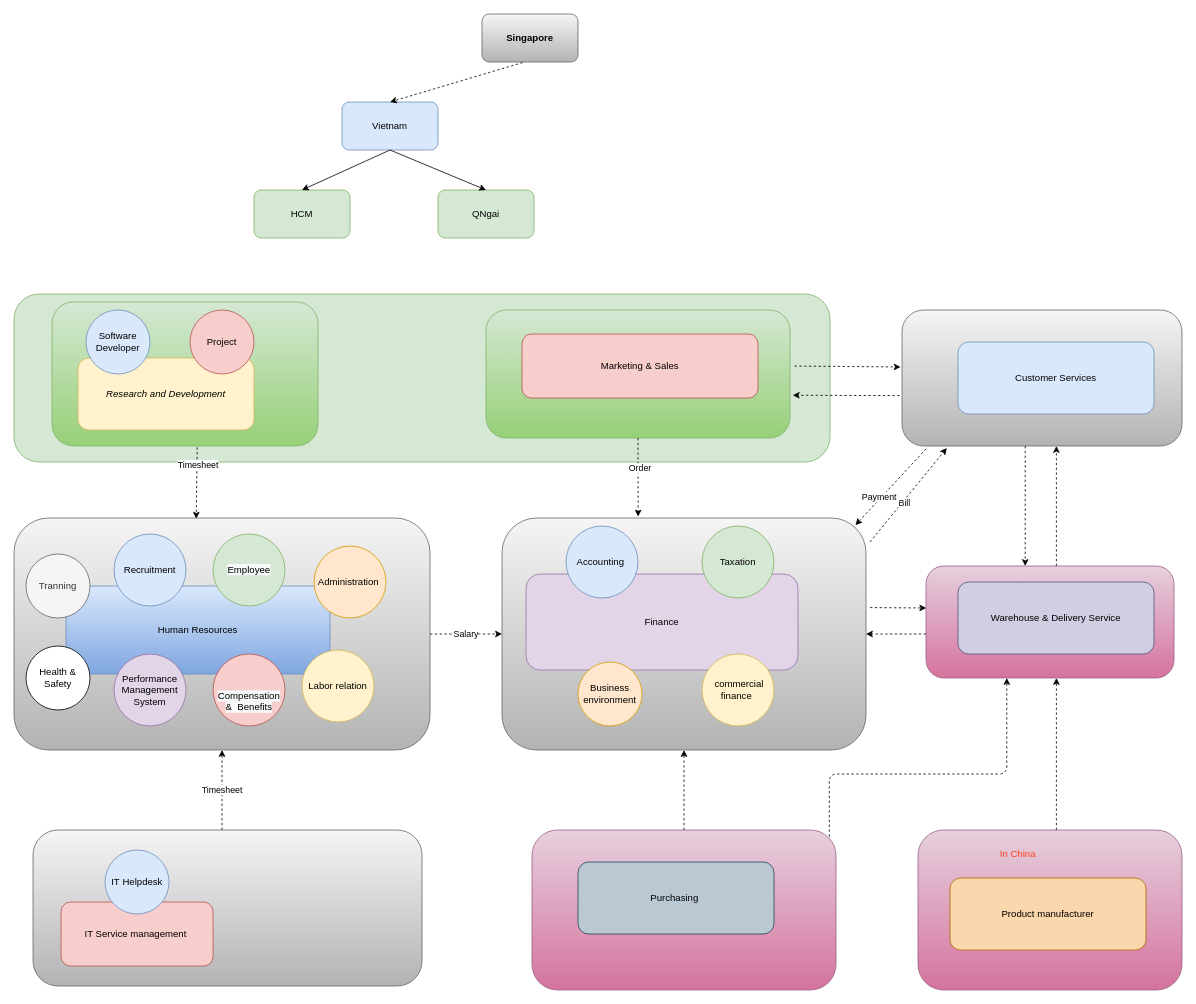
letrthong/business keeps this draw.io diagram as page "Org_Chart" (1 of 3) of 04_docs/Department_Organizational_chart.drawio. Above is the earlier version. Source tidied: cells renumbered, new cells numbered last; positions are measured from the earlier drawing's top-left corner, leaving out a move shared by most shapes. Both pictures are drawn from the tidied source at 80%, with x=0, y=0 at pixel (14, 14).
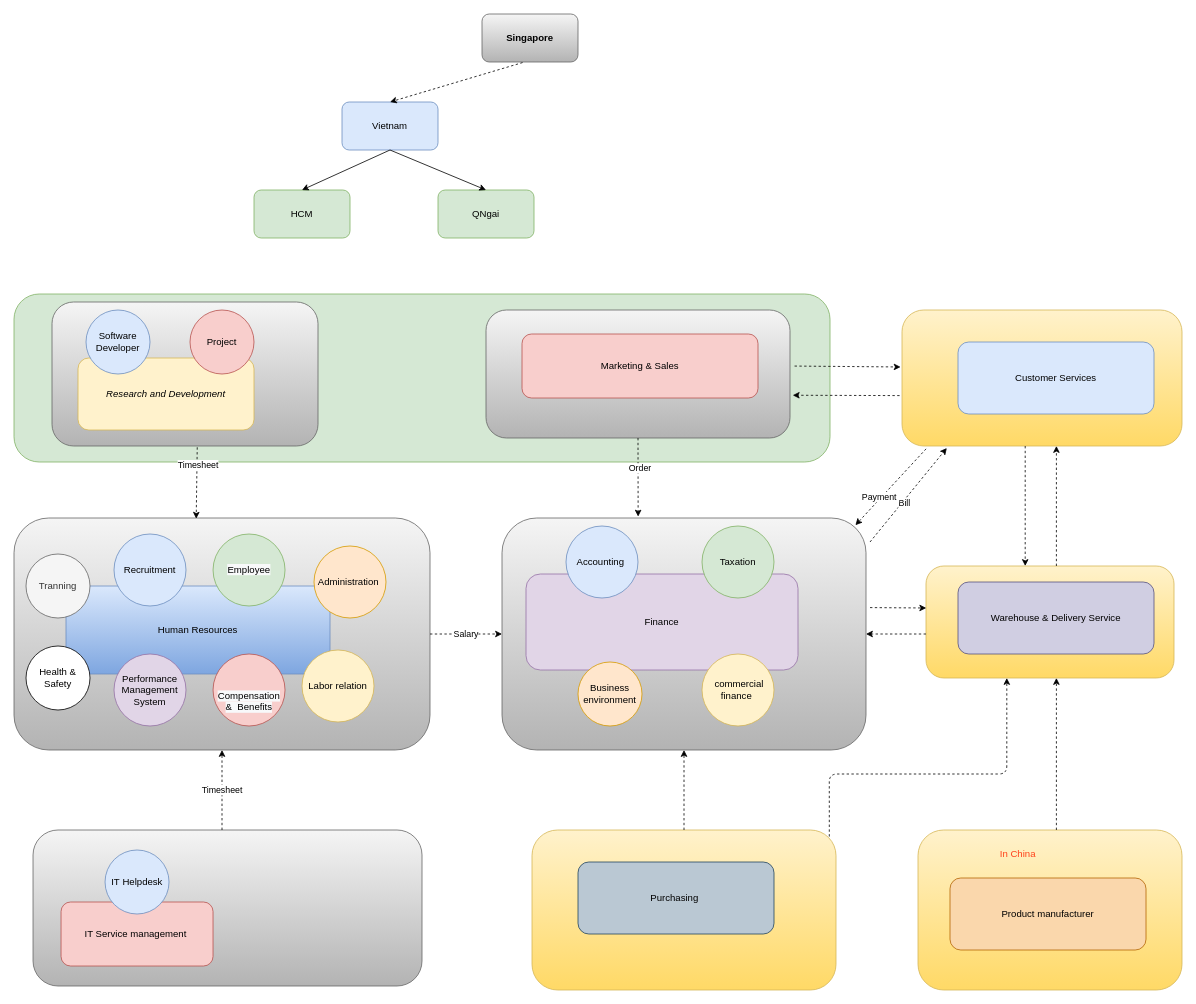
The same diagram, later.

What changed in the source:
```diff
@@
-    <mxCell id="3" style="rounded=1;whiteSpace=wrap;html=1;gradientColor=#d5739d;fillColor=#e6d0de;strokeColor=#996185;arcSize=16;" parent="1" vertex="1">
+    <mxCell id="3" style="rounded=1;whiteSpace=wrap;html=1;gradientColor=#ffd966;fillColor=#fff2cc;strokeColor=#d6b656;arcSize=16;" parent="1" vertex="1">
       <mxGeometry x="1130" y="1020" width="330" height="200" as="geometry" />
     </mxCell>
-    <mxCell id="4" style="rounded=1;whiteSpace=wrap;html=1;gradientColor=#d5739d;fillColor=#e6d0de;strokeColor=#996185;arcSize=16;" parent="1" vertex="1">
+    <mxCell id="4" style="rounded=1;whiteSpace=wrap;html=1;gradientColor=#ffd966;fillColor=#fff2cc;strokeColor=#d6b656;arcSize=16;" parent="1" vertex="1">
       <mxGeometry x="647.5" y="1020" width="380" height="200" as="geometry" />
     </mxCell>
-    <mxCell id="5" style="rounded=1;whiteSpace=wrap;html=1;gradientColor=#d5739d;fillColor=#e6d0de;strokeColor=#996185;arcSize=16;" parent="1" vertex="1">
+    <mxCell id="5" style="rounded=1;whiteSpace=wrap;html=1;gradientColor=#ffd966;fillColor=#fff2cc;strokeColor=#d6b656;arcSize=16;" parent="1" vertex="1">
       <mxGeometry x="1140" y="690" width="310" height="140" as="geometry" />
     </mxCell>
-    <mxCell id="6" style="rounded=1;whiteSpace=wrap;html=1;gradientColor=#b3b3b3;fillColor=#f5f5f5;strokeColor=#666666;arcSize=16;" parent="1" vertex="1">
+    <mxCell id="6" style="rounded=1;whiteSpace=wrap;html=1;gradientColor=#ffd966;fillColor=#fff2cc;strokeColor=#d6b656;arcSize=16;" parent="1" vertex="1">
       <mxGeometry x="1110" y="370" width="350" height="170" as="geometry" />
     </mxCell>
@@
-    <mxCell id="8" style="rounded=1;whiteSpace=wrap;html=1;gradientColor=#97d077;fillColor=#d5e8d4;strokeColor=#82b366;arcSize=16;" parent="1" vertex="1">
+    <mxCell id="8" style="rounded=1;whiteSpace=wrap;html=1;gradientColor=#b3b3b3;fillColor=#f5f5f5;strokeColor=#666666;arcSize=16;" parent="1" vertex="1">
       <mxGeometry x="590" y="370" width="380" height="160" as="geometry" />
     </mxCell>
-    <mxCell id="9" style="rounded=1;whiteSpace=wrap;html=1;gradientColor=#97d077;fillColor=#d5e8d4;strokeColor=#82b366;" parent="1" vertex="1">
+    <mxCell id="9" style="rounded=1;whiteSpace=wrap;html=1;gradientColor=#b3b3b3;fillColor=#f5f5f5;strokeColor=#666666;" parent="1" vertex="1">
       <mxGeometry x="47.5" y="360" width="332.5" height="180" as="geometry" />
     </mxCell>
```
